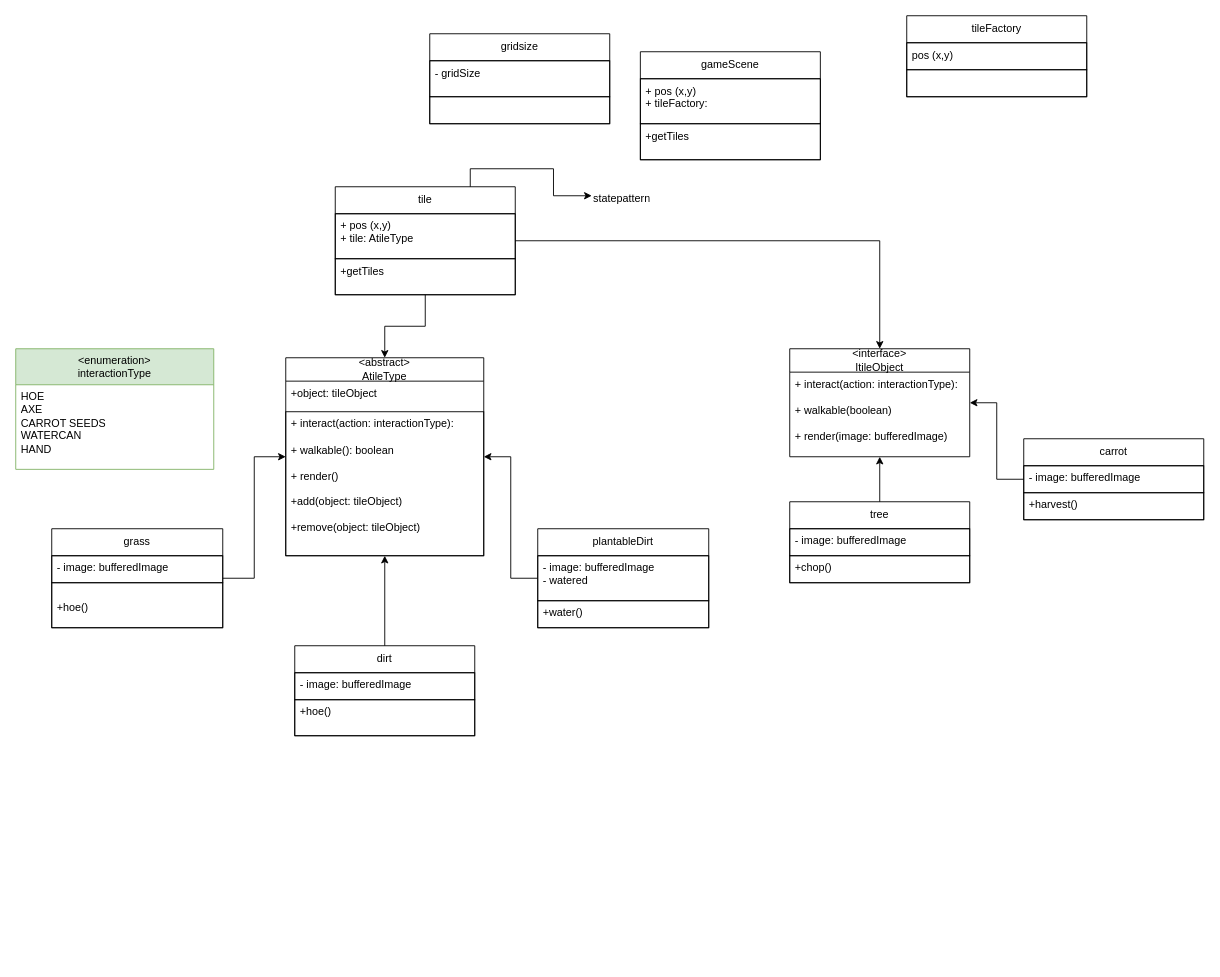
Before: mainUML.drawio in ErikFogelstrand/OOPP-eenn, a draw.io diagram. Source tidied: cells renumbered, new cells numbered last; positions are measured from the earlier drawing's top-left corner, leaving out a move shared by most shapes. Both pictures are drawn from the tidied source at 90%, with x=0, y=0 at pixel (15, 15).
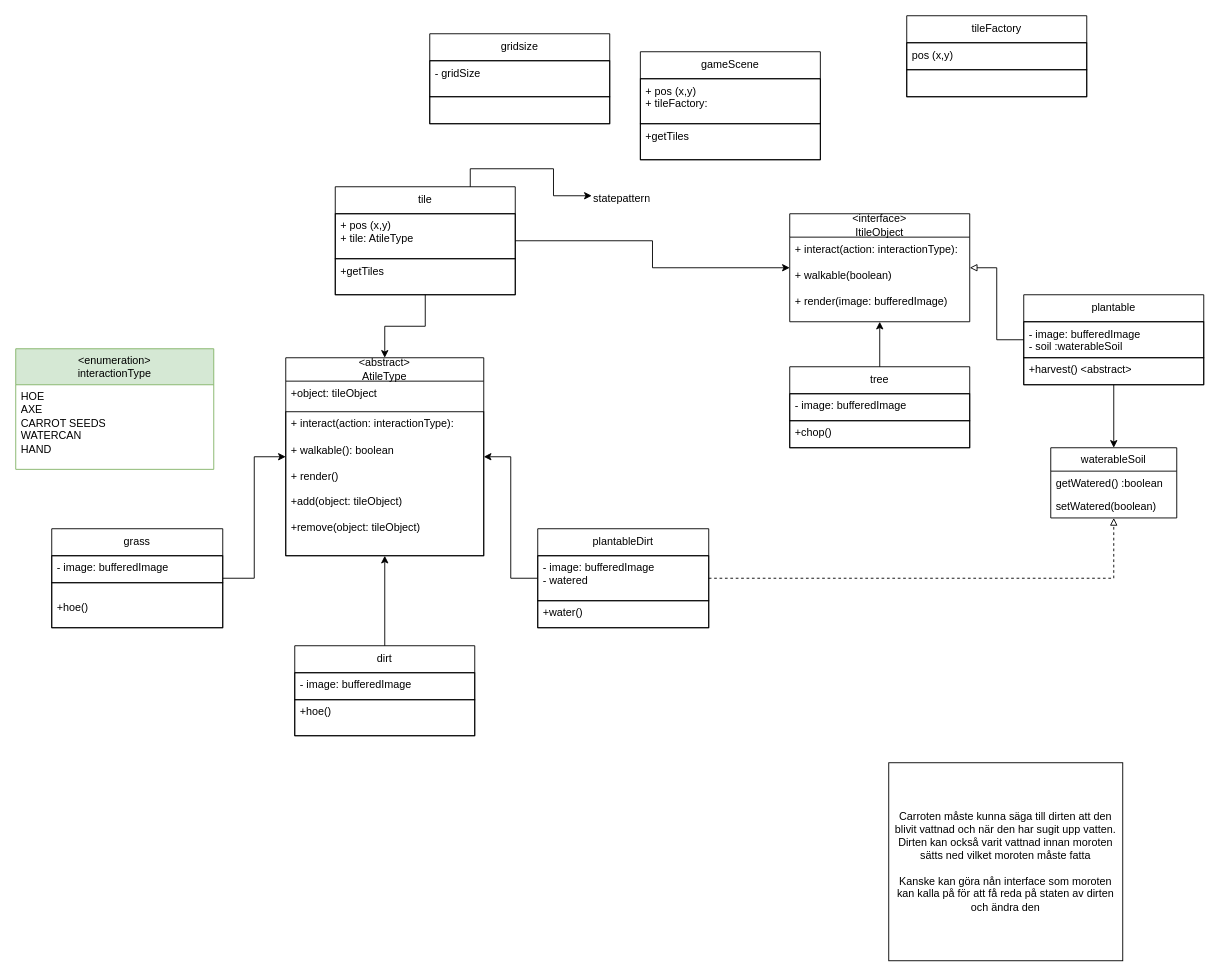
The same page after the edit.

Unchanged cells that the change refers to:
```xml
<mxCell id="6" value="plantableDirt" style="swimlane;fontStyle=0;horizontal=1;startSize=30;fillColor=none;whiteSpace=wrap;html=1;" parent="1" vertex="1">
  <mxGeometry x="580" y="570" width="190" height="110" as="geometry" />
</mxCell>
```

Diff of the diagram source:
```diff
@@
+    <mxCell id="45" style="edgeStyle=orthogonalEdgeStyle;rounded=0;jettySize=auto;html=1;endArrow=block;endFill=0;dashed=1;" parent="1" edge="1" source="6" target="48">
+      <mxGeometry relative="1" as="geometry" />
+    </mxCell>
@@
     <mxCell id="17" value="&lt;div&gt;&amp;lt;interface&amp;gt;&lt;br&gt;&lt;/div&gt;&lt;div&gt;ItileObject&lt;/div&gt;" style="swimlane;fontStyle=0;horizontal=1;startSize=26;fillColor=none;whiteSpace=wrap;html=1;" parent="1" vertex="1">
-      <mxGeometry x="860" y="370" width="200" height="120" as="geometry" />
+      <mxGeometry x="860" y="220" width="200" height="120" as="geometry" />
     </mxCell>
@@
-    <mxCell id="19" style="edgeStyle=orthogonalEdgeStyle;rounded=0;jettySize=auto;html=1;" parent="1" edge="1" source="20" target="17">
+    <mxCell id="19" style="edgeStyle=orthogonalEdgeStyle;rounded=0;jettySize=auto;html=1;endArrow=block;endFill=0;" parent="1" edge="1" source="20" target="17">
       <mxGeometry relative="1" as="geometry" />
     </mxCell>
+    <mxCell id="46" style="edgeStyle=orthogonalEdgeStyle;rounded=0;jettySize=auto;html=1;" parent="1" edge="1" source="20" target="48">
+      <mxGeometry relative="1" as="geometry" />
+    </mxCell>
-    <mxCell id="20" value="carrot" style="swimlane;fontStyle=0;horizontal=1;startSize=30;fillColor=none;whiteSpace=wrap;html=1;" parent="1" vertex="1">
-      <mxGeometry x="1120" y="470" width="200" height="90" as="geometry" />
+    <mxCell id="20" value="plantable" style="swimlane;fontStyle=0;horizontal=1;startSize=30;fillColor=none;whiteSpace=wrap;html=1;" parent="1" vertex="1">
+      <mxGeometry x="1120" y="310" width="200" height="100" as="geometry" />
     </mxCell>
-    <mxCell id="21" value="&lt;div&gt;- image: bufferedImage&lt;/div&gt;" style="text;strokeColor=default;fillColor=none;align=left;verticalAlign=top;spacingLeft=4;spacingRight=4;overflow=hidden;whiteSpace=wrap;html=1;" parent="20" vertex="1">
-      <mxGeometry y="30" width="200" height="30" as="geometry" />
+    <mxCell id="21" value="&lt;div&gt;- image: bufferedImage&lt;/div&gt;&lt;div&gt;- soil :waterableSoil&lt;/div&gt;" style="text;strokeColor=default;fillColor=none;align=left;verticalAlign=top;spacingLeft=4;spacingRight=4;overflow=hidden;whiteSpace=wrap;html=1;" parent="20" vertex="1">
+      <mxGeometry y="30" width="200" height="40" as="geometry" />
     </mxCell>
-    <mxCell id="22" value="&lt;div&gt;+harvest()&lt;br&gt;&lt;/div&gt;&lt;div&gt;&lt;br&gt;&lt;br&gt;&lt;/div&gt;" style="text;strokeColor=default;fillColor=none;align=left;verticalAlign=top;spacingLeft=4;spacingRight=4;overflow=hidden;whiteSpace=wrap;html=1;" parent="20" vertex="1">
-      <mxGeometry y="60" width="200" height="30" as="geometry" />
+    <mxCell id="22" value="&lt;div&gt;+harvest() &amp;lt;abstract&amp;gt;&lt;br&gt;&lt;/div&gt;&lt;div&gt;&lt;br&gt;&lt;br&gt;&lt;/div&gt;" style="text;strokeColor=default;fillColor=none;align=left;verticalAlign=top;spacingLeft=4;spacingRight=4;overflow=hidden;whiteSpace=wrap;html=1;" parent="20" vertex="1">
+      <mxGeometry y="70" width="200" height="30" as="geometry" />
     </mxCell>
@@
     <mxCell id="24" value="tree" style="swimlane;fontStyle=0;horizontal=1;startSize=30;fillColor=none;whiteSpace=wrap;html=1;" parent="1" vertex="1">
-      <mxGeometry x="860" y="540" width="200" height="90" as="geometry" />
+      <mxGeometry x="860" y="390" width="200" height="90" as="geometry" />
     </mxCell>
@@
+    <mxCell id="47" value="Carroten måste kunna säga till dirten att den blivit vattnad och när den har sugit upp vatten. Dirten kan också varit vattnad innan moroten sätts ned vilket moroten måste fatta&lt;div&gt;&lt;br&gt;&lt;/div&gt;&lt;div&gt;Kanske kan göra nån interface som moroten kan kalla på för att få reda på staten av dirten och ändra den&lt;/div&gt;" style="rounded=0;whiteSpace=wrap;html=1;" parent="1" vertex="1">
+      <mxGeometry x="970" y="830" width="260" height="220" as="geometry" />
+    </mxCell>
+    <mxCell id="48" value="waterableSoil" style="swimlane;fontStyle=0;horizontal=1;startSize=26;fillColor=none;whiteSpace=wrap;html=1;" parent="1" vertex="1">
+      <mxGeometry x="1150" y="480" width="140" height="78" as="geometry" />
+    </mxCell>
+    <mxCell id="49" value="getWatered() :boolean" style="text;strokeColor=none;fillColor=none;align=left;verticalAlign=top;spacingLeft=4;spacingRight=4;overflow=hidden;whiteSpace=wrap;html=1;" parent="48" vertex="1">
+      <mxGeometry y="26" width="140" height="26" as="geometry" />
+    </mxCell>
+    <mxCell id="50" value="setWatered(boolean)" style="text;strokeColor=none;fillColor=none;align=left;verticalAlign=top;spacingLeft=4;spacingRight=4;overflow=hidden;whiteSpace=wrap;html=1;" parent="48" vertex="1">
+      <mxGeometry y="52" width="140" height="26" as="geometry" />
+    </mxCell>
```
